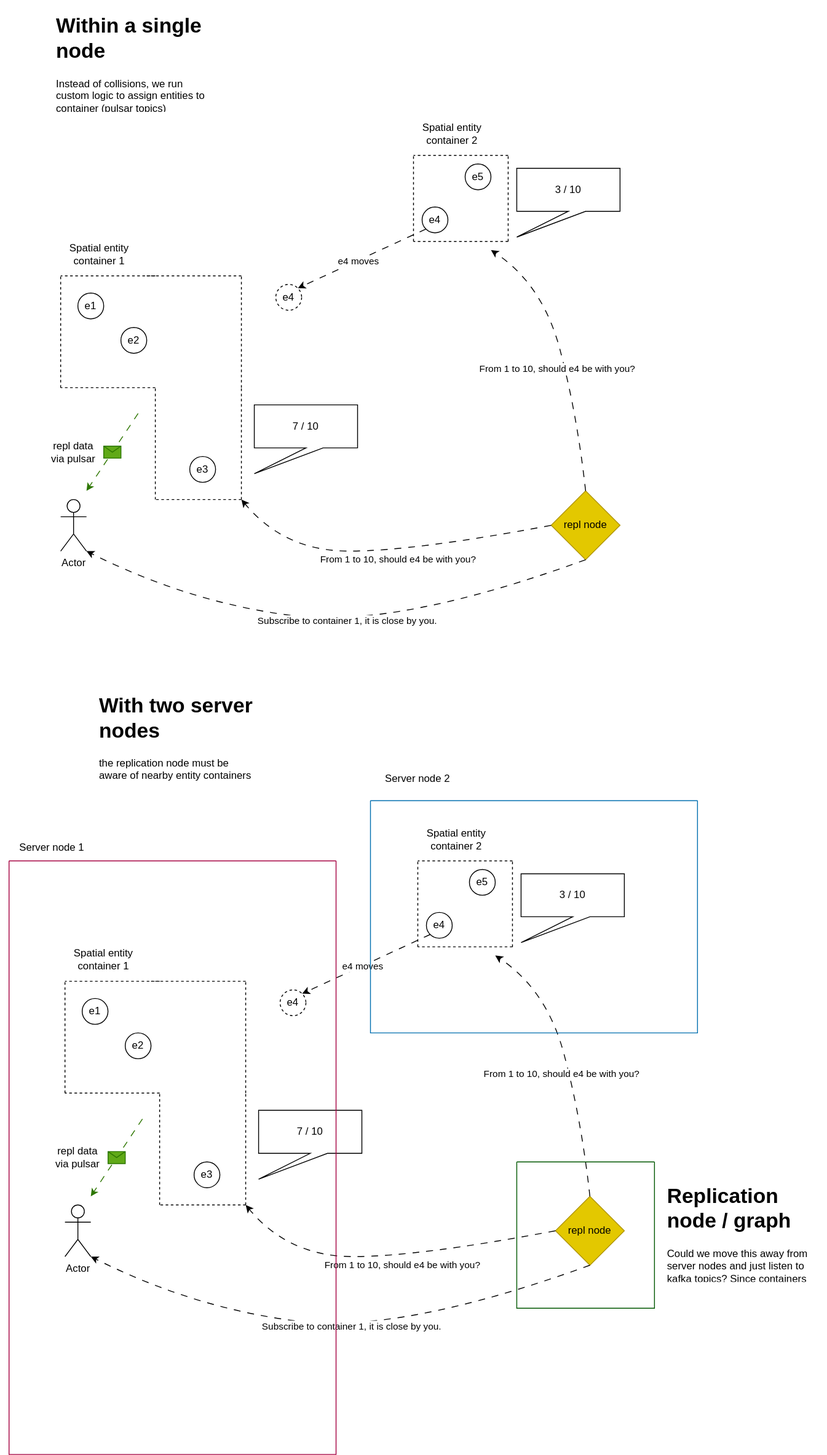
Above: static/img/replication-graph.drawio.svg in ClementToni/test-bulman (draw.io), before the change. Source tidied: cells renumbered, new cells last; positions are measured from the earlier drawing's top-left corner, leaving out a move shared by most shapes.
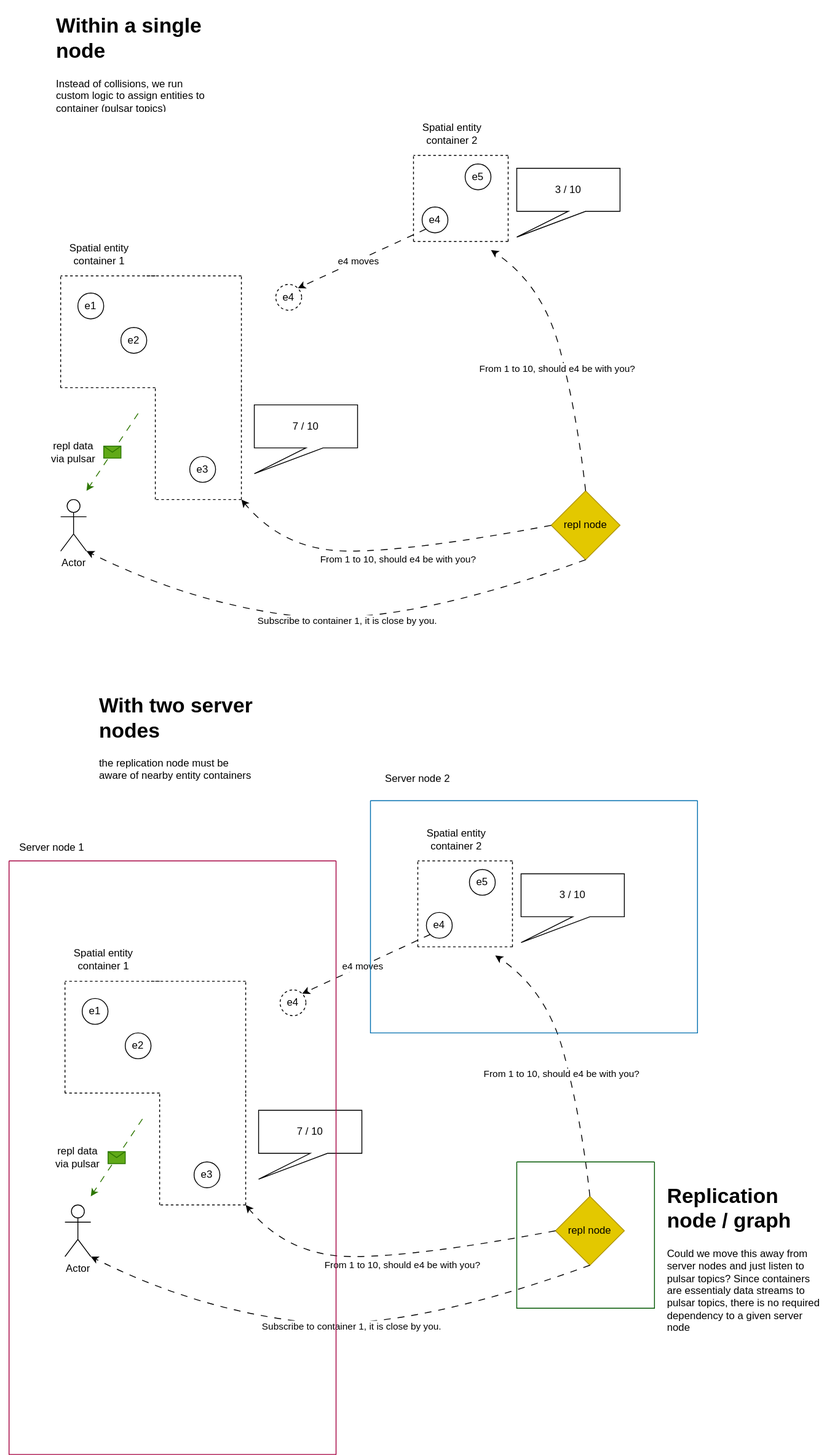
Later version of the same file.

Commit message:
del presences of kafka

The edit, as a diff of the source:
```diff
@@ -349,8 +349,8 @@
     <mxCell id="78" style="swimlane;startSize=0;fillColor=#008a00;fontColor=#ffffff;strokeColor=#005700;" parent="1" vertex="1">
       <mxGeometry x="600" y="1340" width="160" height="170" as="geometry" />
     </mxCell>
-    <mxCell id="79" value="&lt;h1&gt;Replication node / graph&lt;/h1&gt;&lt;div&gt;Could we move this away from server nodes and just listen to kafka topics? Since containers are essentialy data streams to pulsar topics, there is no required dependency to a given server node&lt;/div&gt;" style="text;html=1;strokeColor=none;fillColor=none;spacing=5;spacingTop=-20;whiteSpace=wrap;overflow=hidden;rounded=0;dashed=1;dashPattern=1 4;" parent="1" vertex="1">
-      <mxGeometry x="770" y="1360" width="190" height="120" as="geometry" />
+    <mxCell id="79" value="&lt;h1&gt;Replication node / graph&lt;/h1&gt;&lt;div&gt;Could we move this away from server nodes and just listen to pulsar topics? Since containers are essentialy data streams to pulsar topics, there is no required dependency to a given server node&lt;/div&gt;" style="text;html=1;strokeColor=none;fillColor=none;spacing=5;spacingTop=-20;whiteSpace=wrap;overflow=hidden;rounded=0;dashed=1;dashPattern=1 4;" parent="1" vertex="1">
+      <mxGeometry x="770" y="1360" width="190" height="200" as="geometry" />
     </mxCell>
   </root>
 </mxGraphModel>
```
